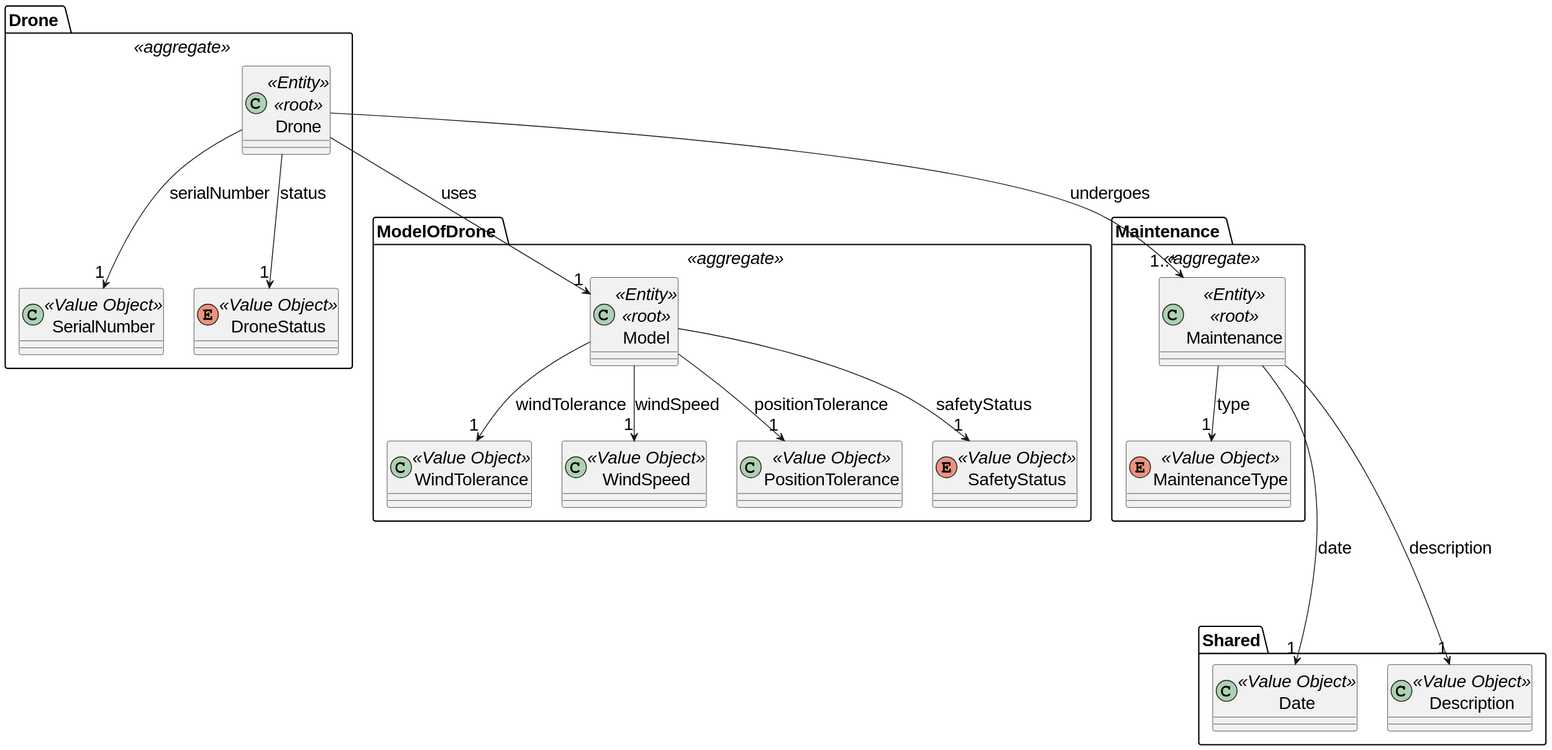
This is docs/global_artifacts/analysis/images/domain_model_drone.svg from diogoveirospro/sem4pi-2024-2025-sem4pi_2024_2025_g44, a PlantUML export, as it was before one commit.
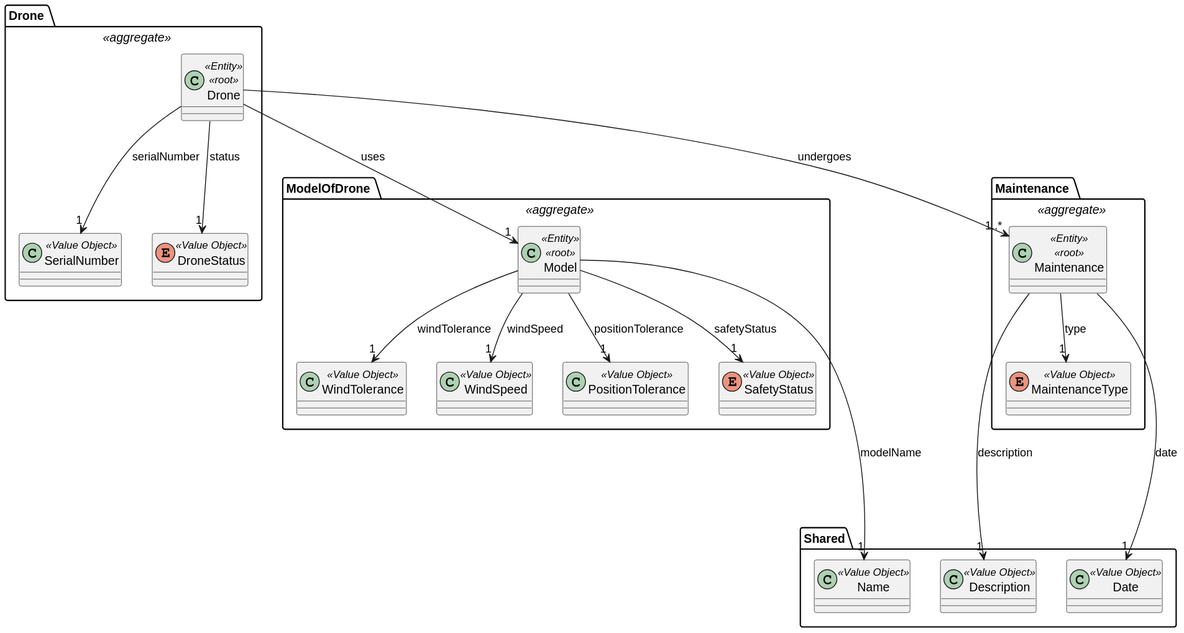
The same diagram one commit later.

Change to the diagram source:
```diff
@@ -1,6 +1,4 @@
 @startuml
-skinparamlocked defaultFontSize 20
-
 package "Drone " <<aggregate>> {
 
     class Drone <<Entity>> <<root>>{
@@ -63,7 +61,12 @@
     class Description <<Value Object>>{
     }
 
+    class Name <<Value Object>>{
+    }
+
     Maintenance ----> "1" Date: date
     Maintenance ----> "1" Description: description
+
+    Model ----> "1" Name: modelName
 }
 @enduml
```
